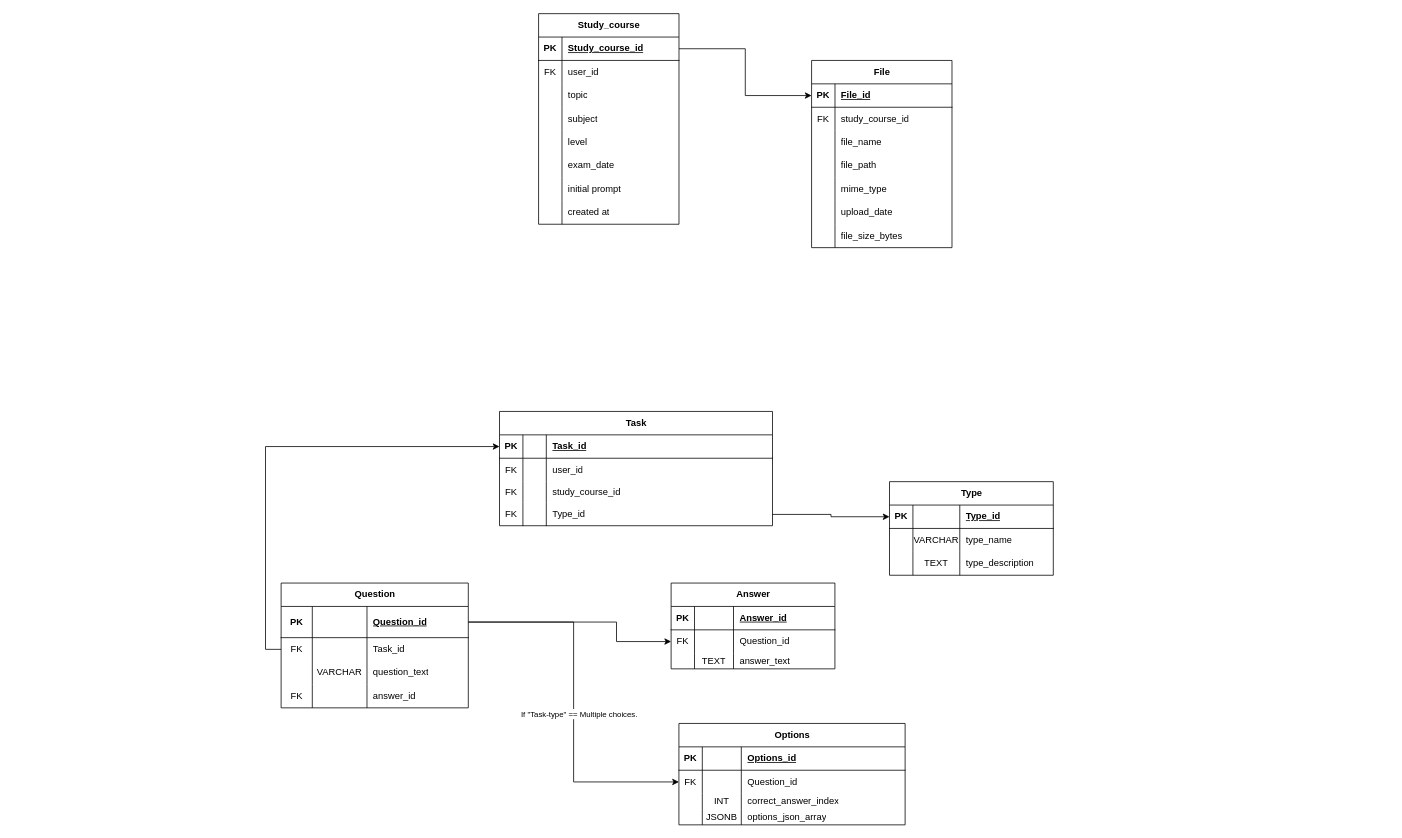
Manny262/edtech-learning-plattform keeps this draw.io diagram as page "ER-diagram" (3 of 3) of docs/flowchart.drawio. Above is the earlier version. Source tidied: cells renumbered, new cells numbered last; positions are measured from the earlier drawing's top-left corner, leaving out a move shared by most shapes. Both pictures are drawn from the tidied source at 78%, with x=0, y=0 at pixel (281, 13).
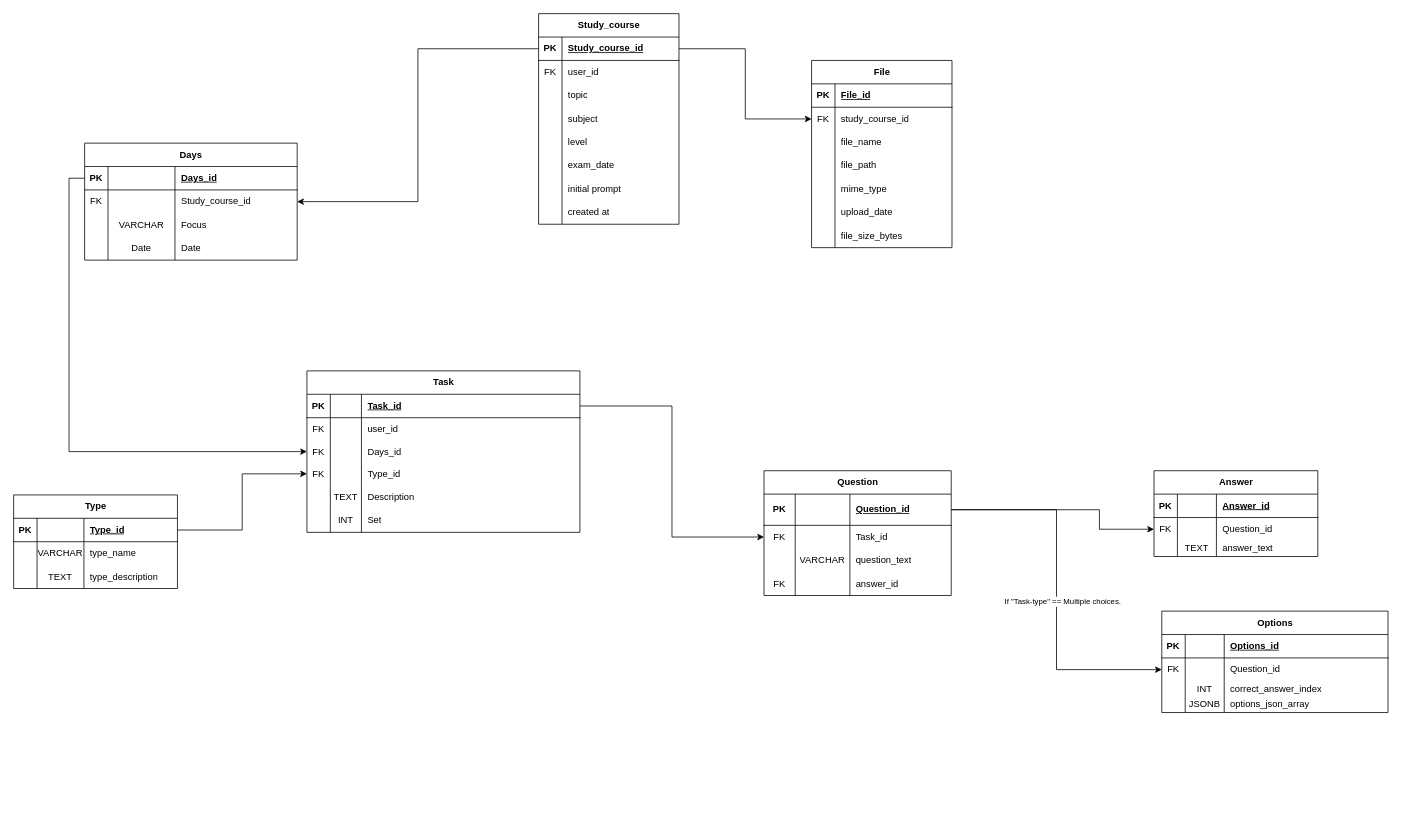
Above is the later version.

The change refers to these unchanged cells:
```xml
<mxCell id="4" style="shape=tableRow;horizontal=0;startSize=0;swimlaneHead=0;swimlaneBody=0;fillColor=none;points=[[0,0.5],[1,0.5]];portConstraint=eastwest;top=0;left=0;right=0;bottom=1;" parent="3" vertex="1">
  <mxGeometry y="30" width="180" height="30" as="geometry" />
</mxCell>
<mxCell id="29" style="shape=tableRow;horizontal=0;startSize=0;swimlaneHead=0;swimlaneBody=0;fillColor=none;points=[[0,0.5],[1,0.5]];portConstraint=eastwest;top=0;left=0;right=0;bottom=1;" parent="28" vertex="1">
  <mxGeometry y="30" width="180" height="30" as="geometry" />
</mxCell>
<mxCell id="32" style="shape=tableRow;horizontal=0;startSize=0;swimlaneHead=0;swimlaneBody=0;fillColor=none;points=[[0,0.5],[1,0.5]];portConstraint=eastwest;top=0;left=0;right=0;bottom=0;" parent="28" vertex="1">
  <mxGeometry y="60" width="180" height="30" as="geometry" />
</mxCell>
<mxCell id="51" style="shape=tableRow;horizontal=0;startSize=0;swimlaneHead=0;swimlaneBody=0;fillColor=none;points=[[0,0.5],[1,0.5]];portConstraint=eastwest;top=0;left=0;right=0;bottom=1;" parent="50" vertex="1">
  <mxGeometry y="30" width="350" height="30" as="geometry" />
</mxCell>
<mxCell id="55" style="shape=tableRow;horizontal=0;startSize=0;swimlaneHead=0;swimlaneBody=0;fillColor=none;top=0;left=0;right=0;bottom=0;" parent="50" vertex="1">
  <mxGeometry y="60" width="350" height="30" as="geometry" />
</mxCell>
<mxCell id="59" style="shape=tableRow;horizontal=0;startSize=0;swimlaneHead=0;swimlaneBody=0;fillColor=none;points=[[0,0.5],[1,0.5]];portConstraint=eastwest;top=0;left=0;right=0;bottom=0;" parent="50" vertex="1">
  <mxGeometry y="90" width="350" height="27" as="geometry" />
</mxCell>
<mxCell id="63" style="shape=tableRow;horizontal=0;startSize=0;swimlaneHead=0;swimlaneBody=0;fillColor=none;points=[[0,0.5],[1,0.5]];portConstraint=eastwest;top=0;left=0;right=0;bottom=0;" parent="50" vertex="1">
  <mxGeometry y="117" width="350" height="30" as="geometry" />
</mxCell>
<mxCell id="68" style="shape=tableRow;horizontal=0;startSize=0;swimlaneHead=0;swimlaneBody=0;fillColor=none;points=[[0,0.5],[1,0.5]];portConstraint=eastwest;top=0;left=0;right=0;bottom=1;" parent="67" vertex="1">
  <mxGeometry y="30" width="240" height="40" as="geometry" />
</mxCell>
<mxCell id="72" style="shape=tableRow;horizontal=0;startSize=0;swimlaneHead=0;swimlaneBody=0;fillColor=none;points=[[0,0.5],[1,0.5]];portConstraint=eastwest;top=0;left=0;right=0;bottom=0;" parent="67" vertex="1">
  <mxGeometry y="70" width="240" height="30" as="geometry" />
</mxCell>
<mxCell id="90" style="shape=tableRow;horizontal=0;startSize=0;swimlaneHead=0;swimlaneBody=0;fillColor=none;points=[[0,0.5],[1,0.5]];portConstraint=eastwest;top=0;left=0;right=0;bottom=0;" parent="85" vertex="1">
  <mxGeometry y="60" width="210" height="30" as="geometry" />
</mxCell>
<mxCell id="101" style="shape=tableRow;horizontal=0;startSize=0;swimlaneHead=0;swimlaneBody=0;fillColor=none;points=[[0,0.5],[1,0.5]];portConstraint=eastwest;top=0;left=0;right=0;bottom=1;" parent="100" vertex="1">
  <mxGeometry y="30" width="210" height="30" as="geometry" />
</mxCell>
```

What changed in the source:
```diff
@@
-    <mxCell id="2" style="edgeStyle=orthogonalEdgeStyle;rounded=0;jettySize=auto;html=1;entryX=0;entryY=0.5;entryDx=0;entryDy=0;exitX=1;exitY=0.5;exitDx=0;exitDy=0;" parent="1" edge="1" source="4" target="29">
+    <mxCell id="2" style="edgeStyle=orthogonalEdgeStyle;rounded=0;jettySize=auto;html=1;exitX=1;exitY=0.5;exitDx=0;exitDy=0;" parent="1" edge="1" source="4" target="32">
       <mxGeometry relative="1" as="geometry" />
     </mxCell>
@@
     <mxCell id="50" value="Task" style="shape=table;startSize=30;childLayout=tableLayout;rowLines=0;fontStyle=1;align=center;html=1;miterlimit=7;" parent="1" vertex="1">
-      <mxGeometry x="279.9" y="510" width="350" height="146.5" as="geometry" />
+      <mxGeometry x="33" y="458" width="350" height="207" as="geometry" />
     </mxCell>
@@
     <mxCell id="53" style="shape=partialRectangle;fillColor=none;top=0;left=0;bottom=0;right=0;fontStyle=1;overflow=hidden;whiteSpace=wrap;html=1;" parent="51" vertex="1">
-      <mxGeometry x="30" width="30" height="30" as="geometry" />
+      <mxGeometry x="30" width="39.9" height="30" as="geometry" />
     </mxCell>
     <mxCell id="54" value="Task_id" style="shape=partialRectangle;fillColor=none;top=0;left=0;bottom=0;right=0;align=left;spacingLeft=6;fontStyle=5;overflow=hidden;whiteSpace=wrap;html=1;" parent="51" vertex="1">
-      <mxGeometry x="60" width="290" height="30" as="geometry" />
+      <mxGeometry x="69.9" width="280.1" height="30" as="geometry" />
     </mxCell>
@@
     <mxCell id="57" style="shape=partialRectangle;fillColor=none;top=0;left=0;bottom=0;right=0;overflow=hidden;whiteSpace=wrap;html=1;" parent="55" vertex="1">
-      <mxGeometry x="30" width="30" height="30" as="geometry" />
+      <mxGeometry x="30" width="39.9" height="30" as="geometry" />
     </mxCell>
     <mxCell id="58" value="user_id" style="shape=partialRectangle;fillColor=none;top=0;left=0;bottom=0;right=0;align=left;spacingLeft=6;overflow=hidden;whiteSpace=wrap;html=1;" parent="55" vertex="1">
-      <mxGeometry x="60" width="290" height="30" as="geometry" />
+      <mxGeometry x="69.9" width="280.1" height="30" as="geometry" />
     </mxCell>
@@
     <mxCell id="61" style="shape=partialRectangle;fillColor=none;top=0;left=0;bottom=0;right=0;overflow=hidden;whiteSpace=wrap;html=1;" parent="59" vertex="1">
-      <mxGeometry x="30" width="30" height="27" as="geometry" />
+      <mxGeometry x="30" width="39.9" height="27" as="geometry" />
     </mxCell>
-    <mxCell id="62" value="study_course_id" style="shape=partialRectangle;fillColor=none;top=0;left=0;bottom=0;right=0;align=left;spacingLeft=6;overflow=hidden;whiteSpace=wrap;html=1;" parent="59" vertex="1">
-      <mxGeometry x="60" width="290" height="27" as="geometry" />
+    <mxCell id="62" value="Days_id" style="shape=partialRectangle;fillColor=none;top=0;left=0;bottom=0;right=0;align=left;spacingLeft=6;overflow=hidden;whiteSpace=wrap;html=1;" parent="59" vertex="1">
+      <mxGeometry x="69.9" width="280.1" height="27" as="geometry" />
     </mxCell>
@@
     <mxCell id="65" style="shape=partialRectangle;fillColor=none;top=0;left=0;bottom=0;right=0;overflow=hidden;whiteSpace=wrap;html=1;" parent="63" vertex="1">
-      <mxGeometry x="30" width="30" height="30" as="geometry" />
+      <mxGeometry x="30" width="39.9" height="30" as="geometry" />
     </mxCell>
     <mxCell id="66" value="Type_id" style="shape=partialRectangle;fillColor=none;top=0;left=0;bottom=0;right=0;align=left;spacingLeft=6;overflow=hidden;whiteSpace=wrap;html=1;" parent="63" vertex="1">
-      <mxGeometry x="60" width="290" height="30" as="geometry" />
+      <mxGeometry x="69.9" width="280.1" height="30" as="geometry" />
     </mxCell>
+    <mxCell id="132" style="shape=tableRow;horizontal=0;startSize=0;swimlaneHead=0;swimlaneBody=0;fillColor=none;top=0;left=0;right=0;bottom=0;" parent="50" vertex="1">
+      <mxGeometry y="147" width="350" height="30" as="geometry" />
+    </mxCell>
+    <mxCell id="133" style="shape=partialRectangle;fillColor=none;top=0;left=0;bottom=0;right=0;overflow=hidden;whiteSpace=wrap;html=1;" parent="132" vertex="1">
+      <mxGeometry width="30" height="30" as="geometry" />
+    </mxCell>
+    <mxCell id="134" value="TEXT" style="shape=partialRectangle;fillColor=none;top=0;left=0;bottom=0;right=0;overflow=hidden;whiteSpace=wrap;html=1;" parent="132" vertex="1">
+      <mxGeometry x="30" width="39.9" height="30" as="geometry" />
+    </mxCell>
+    <mxCell id="135" value="Description" style="shape=partialRectangle;fillColor=none;top=0;left=0;bottom=0;right=0;align=left;spacingLeft=6;overflow=hidden;whiteSpace=wrap;html=1;" parent="132" vertex="1">
+      <mxGeometry x="69.9" width="280.1" height="30" as="geometry" />
+    </mxCell>
+    <mxCell id="136" style="shape=tableRow;horizontal=0;startSize=0;swimlaneHead=0;swimlaneBody=0;fillColor=none;top=0;left=0;right=0;bottom=0;" parent="50" vertex="1">
+      <mxGeometry y="177" width="350" height="30" as="geometry" />
+    </mxCell>
+    <mxCell id="137" style="shape=partialRectangle;fillColor=none;top=0;left=0;bottom=0;right=0;overflow=hidden;whiteSpace=wrap;html=1;" parent="136" vertex="1">
+      <mxGeometry width="30" height="30" as="geometry" />
+    </mxCell>
+    <mxCell id="138" value="INT" style="shape=partialRectangle;fillColor=none;top=0;left=0;bottom=0;right=0;overflow=hidden;whiteSpace=wrap;html=1;" parent="136" vertex="1">
+      <mxGeometry x="30" width="39.9" height="30" as="geometry" />
+    </mxCell>
+    <mxCell id="139" value="Set" style="shape=partialRectangle;fillColor=none;top=0;left=0;bottom=0;right=0;align=left;spacingLeft=6;overflow=hidden;whiteSpace=wrap;html=1;" parent="136" vertex="1">
+      <mxGeometry x="69.9" width="280.1" height="30" as="geometry" />
+    </mxCell>
     <mxCell id="67" value="Question" style="shape=table;startSize=30;childLayout=tableLayout;rowLines=0;fontStyle=1;align=center;html=1;" parent="1" vertex="1">
-      <mxGeometry x="-0.1" y="730" width="240" height="160" as="geometry" />
+      <mxGeometry x="619" y="586" width="240" height="160" as="geometry" />
     </mxCell>
@@
-    <mxCell id="84" style="edgeStyle=orthogonalEdgeStyle;rounded=0;jettySize=auto;html=1;exitX=0;exitY=0.5;exitDx=0;exitDy=0;" parent="1" edge="1" source="72" target="51">
-      <mxGeometry relative="1" as="geometry" />
-    </mxCell>
     <mxCell id="85" value="Answer" style="shape=table;startSize=30;childLayout=tableLayout;rowLines=0;fontStyle=1;align=center;html=1;" parent="1" vertex="1">
-      <mxGeometry x="499.9" y="730" width="210" height="110" as="geometry" />
+      <mxGeometry x="1119" y="586" width="210" height="110" as="geometry" />
     </mxCell>
@@
     <mxCell id="98" style="edgeStyle=orthogonalEdgeStyle;rounded=0;jettySize=auto;html=1;entryX=0;entryY=0.5;entryDx=0;entryDy=0;" parent="1" edge="1" source="68" target="90">
       <mxGeometry relative="1" as="geometry">
         <Array as="points">
-          <mxPoint x="429.9" y="780" />
-          <mxPoint x="429.9" y="805" />
+          <mxPoint x="1049" y="636" />
+          <mxPoint x="1049" y="661" />
         </Array>
       </mxGeometry>
     </mxCell>
-    <mxCell id="99" style="edgeStyle=orthogonalEdgeStyle;rounded=0;jettySize=auto;html=1;entryX=0;entryY=0.5;entryDx=0;entryDy=0;" parent="1" edge="1" source="63" target="101">
-      <mxGeometry relative="1" as="geometry" />
-    </mxCell>
     <mxCell id="100" value="Type" style="shape=table;startSize=30;childLayout=tableLayout;rowLines=0;fontStyle=1;align=center;html=1;" parent="1" vertex="1">
-      <mxGeometry x="779.9" y="600" width="210" height="120" as="geometry" />
+      <mxGeometry x="-343" y="617" width="210" height="120" as="geometry" />
     </mxCell>
@@
     <mxCell id="113" value="Options" style="shape=table;startSize=30;childLayout=tableLayout;rowLines=0;fontStyle=1;align=center;html=1;" parent="1" vertex="1">
-      <mxGeometry x="509.9" y="910" width="290" height="130" as="geometry" />
+      <mxGeometry x="1129" y="766" width="290" height="130" as="geometry" />
     </mxCell>
@@
+    <mxCell id="140" value="Days" style="shape=table;startSize=30;childLayout=tableLayout;rowLines=0;fontStyle=1;align=center;html=1;" parent="1" vertex="1">
+      <mxGeometry x="-252" y="166" width="272.5" height="150" as="geometry" />
+    </mxCell>
+    <mxCell id="141" style="shape=tableRow;horizontal=0;startSize=0;swimlaneHead=0;swimlaneBody=0;fillColor=none;points=[[0,0.5],[1,0.5]];portConstraint=eastwest;top=0;left=0;right=0;bottom=1;" parent="140" vertex="1">
+      <mxGeometry y="30" width="272.5" height="30" as="geometry" />
+    </mxCell>
+    <mxCell id="142" value="PK" style="shape=partialRectangle;fillColor=none;top=0;left=0;bottom=0;right=0;fontStyle=1;overflow=hidden;whiteSpace=wrap;html=1;" parent="141" vertex="1">
+      <mxGeometry width="30" height="30" as="geometry" />
+    </mxCell>
+    <mxCell id="143" style="shape=partialRectangle;fillColor=none;top=0;left=0;bottom=0;right=0;fontStyle=1;overflow=hidden;whiteSpace=wrap;html=1;" parent="141" vertex="1">
+      <mxGeometry x="30" width="85.8" height="30" as="geometry" />
+    </mxCell>
+    <mxCell id="144" value="Days_id" style="shape=partialRectangle;fillColor=none;top=0;left=0;bottom=0;right=0;align=left;spacingLeft=6;fontStyle=5;overflow=hidden;whiteSpace=wrap;html=1;" parent="141" vertex="1">
+      <mxGeometry x="115.8" width="156.7" height="30" as="geometry" />
+    </mxCell>
+    <mxCell id="145" style="shape=tableRow;horizontal=0;startSize=0;swimlaneHead=0;swimlaneBody=0;fillColor=none;points=[[0,0.5],[1,0.5]];portConstraint=eastwest;top=0;left=0;right=0;bottom=0;" parent="140" vertex="1">
+      <mxGeometry y="60" width="272.5" height="30" as="geometry" />
+    </mxCell>
+    <mxCell id="146" value="FK" style="shape=partialRectangle;fillColor=none;top=0;left=0;bottom=0;right=0;overflow=hidden;whiteSpace=wrap;html=1;" parent="145" vertex="1">
+      <mxGeometry width="30" height="30" as="geometry" />
+    </mxCell>
+    <mxCell id="147" style="shape=partialRectangle;fillColor=none;top=0;left=0;bottom=0;right=0;overflow=hidden;whiteSpace=wrap;html=1;" parent="145" vertex="1">
+      <mxGeometry x="30" width="85.8" height="30" as="geometry" />
+    </mxCell>
+    <mxCell id="148" value="Study_course_id" style="shape=partialRectangle;fillColor=none;top=0;left=0;bottom=0;right=0;align=left;spacingLeft=6;overflow=hidden;whiteSpace=wrap;html=1;" parent="145" vertex="1">
+      <mxGeometry x="115.8" width="156.7" height="30" as="geometry" />
+    </mxCell>
+    <mxCell id="149" style="shape=tableRow;horizontal=0;startSize=0;swimlaneHead=0;swimlaneBody=0;fillColor=none;top=0;left=0;right=0;bottom=0;" parent="140" vertex="1">
+      <mxGeometry y="90" width="272.5" height="30" as="geometry" />
+    </mxCell>
+    <mxCell id="150" style="shape=partialRectangle;fillColor=none;top=0;left=0;bottom=0;right=0;overflow=hidden;whiteSpace=wrap;html=1;" parent="149" vertex="1">
+      <mxGeometry width="30" height="30" as="geometry" />
+    </mxCell>
+    <mxCell id="151" value="VARCHAR" style="shape=partialRectangle;fillColor=none;top=0;left=0;bottom=0;right=0;overflow=hidden;whiteSpace=wrap;html=1;" parent="149" vertex="1">
+      <mxGeometry x="30" width="85.8" height="30" as="geometry" />
+    </mxCell>
+    <mxCell id="152" value="Focus" style="shape=partialRectangle;fillColor=none;top=0;left=0;bottom=0;right=0;align=left;spacingLeft=6;overflow=hidden;whiteSpace=wrap;html=1;" parent="149" vertex="1">
+      <mxGeometry x="115.8" width="156.7" height="30" as="geometry" />
+    </mxCell>
+    <mxCell id="153" style="shape=tableRow;horizontal=0;startSize=0;swimlaneHead=0;swimlaneBody=0;fillColor=none;top=0;left=0;right=0;bottom=0;" parent="140" vertex="1">
+      <mxGeometry y="120" width="272.5" height="30" as="geometry" />
+    </mxCell>
+    <mxCell id="154" style="shape=partialRectangle;fillColor=none;top=0;left=0;bottom=0;right=0;overflow=hidden;whiteSpace=wrap;html=1;" parent="153" vertex="1">
+      <mxGeometry width="30" height="30" as="geometry" />
+    </mxCell>
+    <mxCell id="155" value="Date" style="shape=partialRectangle;fillColor=none;top=0;left=0;bottom=0;right=0;overflow=hidden;whiteSpace=wrap;html=1;" parent="153" vertex="1">
+      <mxGeometry x="30" width="85.8" height="30" as="geometry" />
+    </mxCell>
+    <mxCell id="156" value="Date" style="shape=partialRectangle;fillColor=none;top=0;left=0;bottom=0;right=0;align=left;spacingLeft=6;overflow=hidden;whiteSpace=wrap;html=1;" parent="153" vertex="1">
+      <mxGeometry x="115.8" width="156.7" height="30" as="geometry" />
+    </mxCell>
+    <mxCell id="157" style="edgeStyle=orthogonalEdgeStyle;rounded=0;jettySize=auto;html=1;exitX=0;exitY=0.5;exitDx=0;exitDy=0;" parent="1" edge="1" source="141" target="59">
+      <mxGeometry relative="1" as="geometry" />
+    </mxCell>
+    <mxCell id="158" style="edgeStyle=orthogonalEdgeStyle;rounded=0;jettySize=auto;html=1;" parent="1" edge="1" source="101" target="63">
+      <mxGeometry relative="1" as="geometry" />
+    </mxCell>
+    <mxCell id="159" style="edgeStyle=orthogonalEdgeStyle;rounded=0;jettySize=auto;html=1;exitX=0;exitY=0.5;exitDx=0;exitDy=0;" parent="1" edge="1" source="4" target="145">
+      <mxGeometry relative="1" as="geometry" />
+    </mxCell>
+    <mxCell id="84" style="edgeStyle=orthogonalEdgeStyle;rounded=0;jettySize=auto;html=1;exitX=1;exitY=0.5;exitDx=0;exitDy=0;entryX=0;entryY=0.5;entryDx=0;entryDy=0;" parent="1" edge="1" source="51" target="72">
+      <mxGeometry relative="1" as="geometry" />
+    </mxCell>
```
